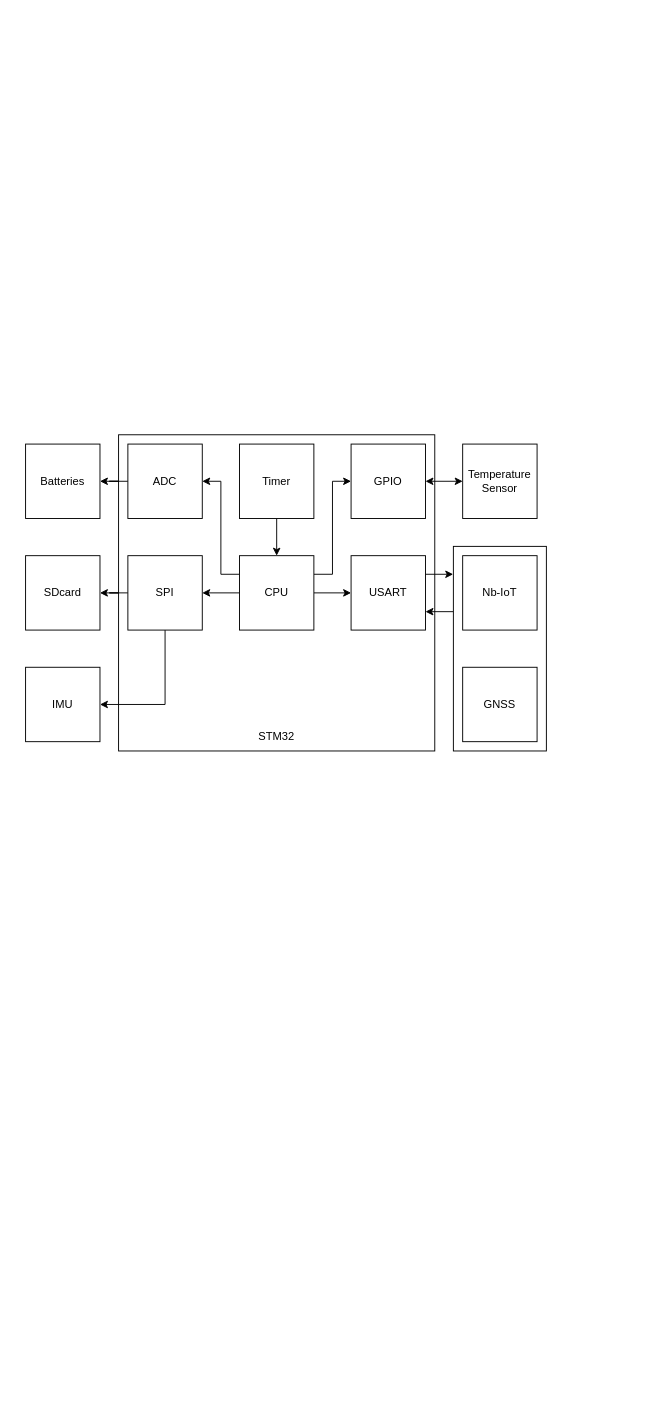
The draw.io diagram report/images/diagrams/block_diagram/block_diagram.drawio in viniciuscacarvalho/5S, before the edit. Source tidied: cells renumbered, new cells numbered last; positions are measured from the earlier drawing's top-left corner, leaving out a move shared by most shapes. Both pictures are drawn from the tidied source at 93%, with x=0, y=0 at pixel (25, 434).
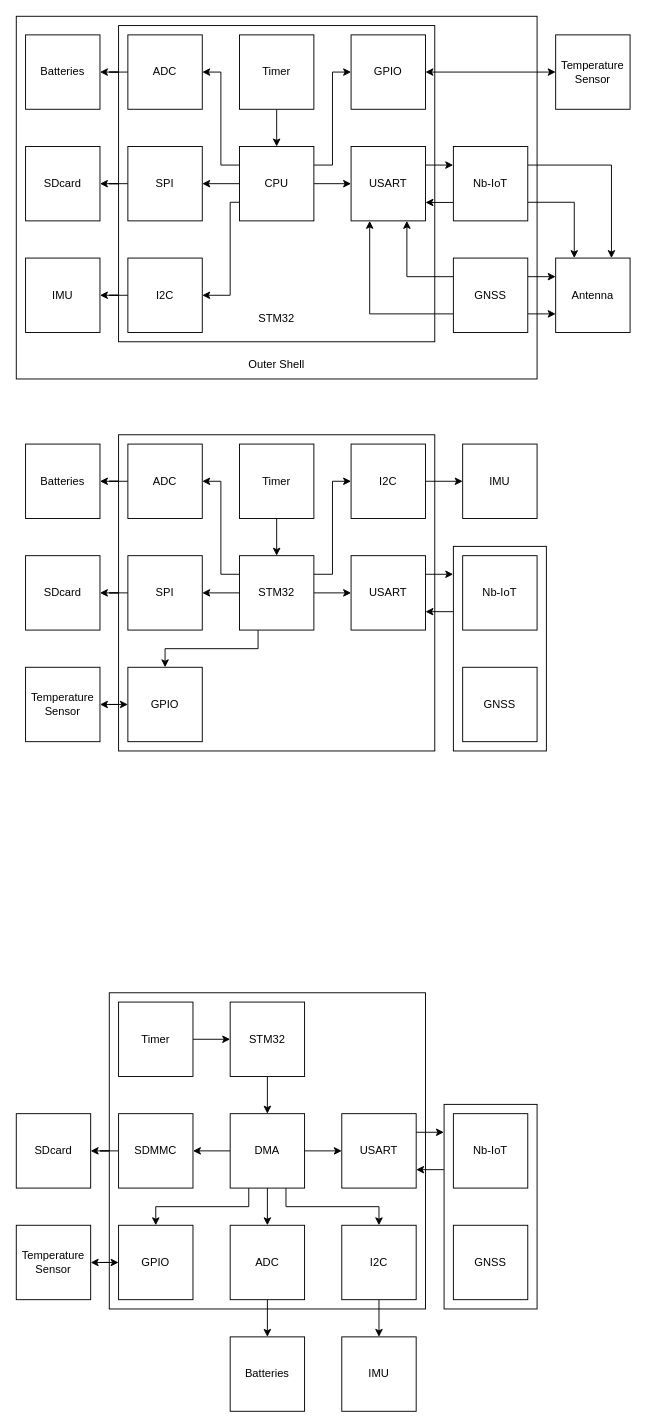
The same diagram, later.

The change refers to these unchanged cells:
```xml
<mxCell id="15" value="SPI" style="whiteSpace=wrap;html=1;" parent="1" vertex="1">
  <mxGeometry x="110" y="130" width="80" height="80" as="geometry" />
</mxCell>
```

Diff of the diagram source:
```diff
@@
-    <mxCell id="7" style="edgeStyle=orthogonalEdgeStyle;rounded=0;jettySize=auto;html=1;entryX=0;entryY=0.5;entryDx=0;entryDy=0;exitX=1;exitY=0.25;exitDx=0;exitDy=0;" parent="1" edge="1" source="8" target="19">
+    <mxCell id="7" style="edgeStyle=orthogonalEdgeStyle;rounded=0;jettySize=auto;html=1;entryX=0.5;entryY=0;entryDx=0;entryDy=0;exitX=0.25;exitY=1;exitDx=0;exitDy=0;" parent="1" edge="1" source="8" target="19">
       <mxGeometry relative="1" as="geometry">
         <Array as="points">
-          <mxPoint x="330" y="150" />
-          <mxPoint x="330" y="50" />
+          <mxPoint x="250" y="230" />
+          <mxPoint x="150" y="230" />
         </Array>
       </mxGeometry>
     </mxCell>
+    <mxCell id="28" style="edgeStyle=orthogonalEdgeStyle;rounded=0;jettySize=auto;html=1;exitX=1;exitY=0.25;exitDx=0;exitDy=0;entryX=0;entryY=0.5;entryDx=0;entryDy=0;" parent="1" edge="1" source="8" target="30">
+      <mxGeometry relative="1" as="geometry" />
+    </mxCell>
-    <mxCell id="8" value="CPU" style="whiteSpace=wrap;html=1;" parent="1" vertex="1">
+    <mxCell id="8" value="STM32" style="whiteSpace=wrap;html=1;" parent="1" vertex="1">
       <mxGeometry x="230" y="130" width="80" height="80" as="geometry" />
     </mxCell>
@@
-    <mxCell id="14" style="edgeStyle=orthogonalEdgeStyle;rounded=0;jettySize=auto;html=1;exitX=0.5;exitY=1;exitDx=0;exitDy=0;entryX=1;entryY=0.5;entryDx=0;entryDy=0;" parent="1" edge="1" source="15" target="23">
-      <mxGeometry relative="1" as="geometry">
-        <Array as="points">
-          <mxPoint x="150" y="290" />
-        </Array>
-      </mxGeometry>
-    </mxCell>
@@
-    <mxCell id="18" style="edgeStyle=orthogonalEdgeStyle;rounded=0;jettySize=auto;html=1;entryX=0;entryY=0.5;entryDx=0;entryDy=0;startArrow=classic;startFill=1;" parent="1" edge="1" source="19" target="21">
+    <mxCell id="18" style="edgeStyle=orthogonalEdgeStyle;rounded=0;jettySize=auto;html=1;entryX=1;entryY=0.5;entryDx=0;entryDy=0;startArrow=classic;startFill=1;" parent="1" edge="1" source="19" target="21">
       <mxGeometry relative="1" as="geometry" />
     </mxCell>
     <mxCell id="19" value="GPIO" style="whiteSpace=wrap;html=1;" parent="1" vertex="1">
-      <mxGeometry x="350" y="10" width="80" height="80" as="geometry" />
+      <mxGeometry x="110" y="250" width="80" height="80" as="geometry" />
     </mxCell>
@@
     <mxCell id="21" value="Temperature Sensor" style="whiteSpace=wrap;html=1;" parent="1" vertex="1">
-      <mxGeometry x="470" y="10" width="80" height="80" as="geometry" />
+      <mxGeometry y="250" width="80" height="80" as="geometry" />
     </mxCell>
@@
+    <mxCell id="29" style="edgeStyle=orthogonalEdgeStyle;rounded=0;jettySize=auto;html=1;entryX=0;entryY=0.5;entryDx=0;entryDy=0;" parent="1" edge="1" source="30" target="23">
+      <mxGeometry relative="1" as="geometry" />
+    </mxCell>
+    <mxCell id="30" value="I2C" style="whiteSpace=wrap;html=1;" parent="1" vertex="1">
+      <mxGeometry x="350" y="10" width="80" height="80" as="geometry" />
+    </mxCell>
     <mxCell id="23" value="IMU" style="whiteSpace=wrap;html=1;" parent="1" vertex="1">
-      <mxGeometry y="250" width="80" height="80" as="geometry" />
+      <mxGeometry x="470" y="10" width="80" height="80" as="geometry" />
     </mxCell>
+    <mxCell id="31" style="rounded=0;whiteSpace=wrap;html=1;" parent="1" vertex="1">
+      <mxGeometry x="90" y="600" width="340" height="340" as="geometry" />
+    </mxCell>
+    <mxCell id="32" style="edgeStyle=orthogonalEdgeStyle;rounded=0;jettySize=auto;html=1;exitX=0.5;exitY=1;exitDx=0;exitDy=0;entryX=0.5;entryY=0;entryDx=0;entryDy=0;" parent="1" edge="1" source="37" target="39">
+      <mxGeometry relative="1" as="geometry" />
+    </mxCell>
+    <mxCell id="33" style="edgeStyle=orthogonalEdgeStyle;rounded=0;jettySize=auto;html=1;exitX=1;exitY=0.5;exitDx=0;exitDy=0;entryX=0;entryY=0.5;entryDx=0;entryDy=0;" parent="1" edge="1" source="37" target="41">
+      <mxGeometry relative="1" as="geometry" />
+    </mxCell>
+    <mxCell id="34" style="edgeStyle=orthogonalEdgeStyle;rounded=0;jettySize=auto;html=1;exitX=0;exitY=0.5;exitDx=0;exitDy=0;entryX=1;entryY=0.5;entryDx=0;entryDy=0;" parent="1" edge="1" source="37" target="43">
+      <mxGeometry relative="1" as="geometry">
+        <Array as="points">
+          <mxPoint x="220" y="770" />
+          <mxPoint x="220" y="770" />
+        </Array>
+      </mxGeometry>
+    </mxCell>
+    <mxCell id="35" style="edgeStyle=orthogonalEdgeStyle;rounded=0;jettySize=auto;html=1;entryX=0.5;entryY=0;entryDx=0;entryDy=0;exitX=0.25;exitY=1;exitDx=0;exitDy=0;" parent="1" edge="1" source="37" target="47">
+      <mxGeometry relative="1" as="geometry">
+        <Array as="points">
+          <mxPoint x="240" y="830" />
+          <mxPoint x="140" y="830" />
+        </Array>
+      </mxGeometry>
+    </mxCell>
+    <mxCell id="36" style="edgeStyle=orthogonalEdgeStyle;rounded=0;jettySize=auto;html=1;exitX=0.75;exitY=1;exitDx=0;exitDy=0;entryX=0.5;entryY=0;entryDx=0;entryDy=0;" parent="1" edge="1" source="37" target="54">
+      <mxGeometry relative="1" as="geometry" />
+    </mxCell>
+    <mxCell id="37" value="DMA" style="whiteSpace=wrap;html=1;" parent="1" vertex="1">
+      <mxGeometry x="220" y="730" width="80" height="80" as="geometry" />
+    </mxCell>
+    <mxCell id="38" style="edgeStyle=orthogonalEdgeStyle;rounded=0;jettySize=auto;html=1;entryX=0.5;entryY=0;entryDx=0;entryDy=0;" parent="1" edge="1" source="39" target="45">
+      <mxGeometry relative="1" as="geometry" />
+    </mxCell>
+    <mxCell id="39" value="ADC" style="whiteSpace=wrap;html=1;" parent="1" vertex="1">
+      <mxGeometry x="220" y="850" width="80" height="80" as="geometry" />
+    </mxCell>
+    <mxCell id="40" style="edgeStyle=orthogonalEdgeStyle;rounded=0;jettySize=auto;html=1;entryX=0.319;entryY=1.002;entryDx=0;entryDy=0;entryPerimeter=0;startArrow=classic;startFill=1;endArrow=none;" parent="1" edge="1" source="41" target="48">
+      <mxGeometry relative="1" as="geometry">
+        <Array as="points">
+          <mxPoint x="450" y="790" />
+        </Array>
+      </mxGeometry>
+    </mxCell>
+    <mxCell id="41" value="USART" style="whiteSpace=wrap;html=1;" parent="1" vertex="1">
+      <mxGeometry x="340" y="730" width="80" height="80" as="geometry" />
+    </mxCell>
+    <mxCell id="42" style="edgeStyle=orthogonalEdgeStyle;rounded=0;jettySize=auto;html=1;entryX=1;entryY=0.5;entryDx=0;entryDy=0;" parent="1" edge="1" source="43" target="44">
+      <mxGeometry relative="1" as="geometry" />
+    </mxCell>
+    <mxCell id="43" value="SDMMC" style="whiteSpace=wrap;html=1;" parent="1" vertex="1">
+      <mxGeometry x="100" y="730" width="80" height="80" as="geometry" />
+    </mxCell>
+    <mxCell id="44" value="SDcard" style="whiteSpace=wrap;html=1;" parent="1" vertex="1">
+      <mxGeometry x="-10" y="730" width="80" height="80" as="geometry" />
+    </mxCell>
+    <mxCell id="45" value="Batteries" style="whiteSpace=wrap;html=1;" parent="1" vertex="1">
+      <mxGeometry x="220" y="970" width="80" height="80" as="geometry" />
+    </mxCell>
+    <mxCell id="46" style="edgeStyle=orthogonalEdgeStyle;rounded=0;jettySize=auto;html=1;entryX=1;entryY=0.5;entryDx=0;entryDy=0;startArrow=classic;startFill=1;" parent="1" edge="1" source="47" target="51">
+      <mxGeometry relative="1" as="geometry" />
+    </mxCell>
+    <mxCell id="47" value="GPIO" style="whiteSpace=wrap;html=1;" parent="1" vertex="1">
+      <mxGeometry x="100" y="850" width="80" height="80" as="geometry" />
+    </mxCell>
+    <mxCell id="48" style="rounded=0;whiteSpace=wrap;html=1;fontStyle=4;rotation=90;" parent="1" vertex="1">
+      <mxGeometry x="390" y="780" width="220" height="100" as="geometry" />
+    </mxCell>
+    <mxCell id="49" value="Nb-IoT" style="whiteSpace=wrap;html=1;" parent="1" vertex="1">
+      <mxGeometry x="460" y="730" width="80" height="80" as="geometry" />
+    </mxCell>
+    <mxCell id="50" value="GNSS" style="whiteSpace=wrap;html=1;" parent="1" vertex="1">
+      <mxGeometry x="460" y="850" width="80" height="80" as="geometry" />
+    </mxCell>
+    <mxCell id="51" value="Temperature Sensor" style="whiteSpace=wrap;html=1;" parent="1" vertex="1">
+      <mxGeometry x="-10" y="850" width="80" height="80" as="geometry" />
+    </mxCell>
+    <mxCell id="52" style="edgeStyle=orthogonalEdgeStyle;rounded=0;jettySize=auto;html=1;entryX=0.135;entryY=1.002;entryDx=0;entryDy=0;entryPerimeter=0;exitX=1;exitY=0.25;exitDx=0;exitDy=0;" parent="1" edge="1" source="41" target="48">
+      <mxGeometry relative="1" as="geometry" />
+    </mxCell>
+    <mxCell id="53" style="edgeStyle=orthogonalEdgeStyle;rounded=0;jettySize=auto;html=1;entryX=0.5;entryY=0;entryDx=0;entryDy=0;" parent="1" edge="1" source="54" target="55">
+      <mxGeometry relative="1" as="geometry" />
+    </mxCell>
+    <mxCell id="54" value="I2C" style="whiteSpace=wrap;html=1;" parent="1" vertex="1">
+      <mxGeometry x="340" y="850" width="80" height="80" as="geometry" />
+    </mxCell>
+    <mxCell id="55" value="IMU" style="whiteSpace=wrap;html=1;" parent="1" vertex="1">
+      <mxGeometry x="340" y="970" width="80" height="80" as="geometry" />
+    </mxCell>
+    <mxCell id="56" style="edgeStyle=orthogonalEdgeStyle;rounded=0;jettySize=auto;html=1;entryX=0.5;entryY=0;entryDx=0;entryDy=0;" parent="1" edge="1" source="57" target="37">
+      <mxGeometry relative="1" as="geometry" />
+    </mxCell>
+    <mxCell id="57" value="STM32" style="whiteSpace=wrap;html=1;" parent="1" vertex="1">
+      <mxGeometry x="220" y="610" width="80" height="80" as="geometry" />
+    </mxCell>
@@
+    <mxCell id="58" style="edgeStyle=orthogonalEdgeStyle;rounded=0;jettySize=auto;html=1;entryX=0;entryY=0.5;entryDx=0;entryDy=0;" parent="1" edge="1" source="59" target="57">
+      <mxGeometry relative="1" as="geometry" />
+    </mxCell>
+    <mxCell id="59" value="Timer" style="whiteSpace=wrap;html=1;" parent="1" vertex="1">
+      <mxGeometry x="100" y="610" width="80" height="80" as="geometry" />
+    </mxCell>
@@
+    <mxCell id="60" style="rounded=0;whiteSpace=wrap;html=1;" parent="1" vertex="1">
+      <mxGeometry x="-10" y="-450" width="560" height="390" as="geometry" />
+    </mxCell>
+    <mxCell id="61" style="rounded=0;whiteSpace=wrap;html=1;" parent="1" vertex="1">
+      <mxGeometry x="100" y="-440" width="340" height="340" as="geometry" />
+    </mxCell>
+    <mxCell id="62" style="edgeStyle=orthogonalEdgeStyle;rounded=0;jettySize=auto;html=1;exitX=0;exitY=0.25;exitDx=0;exitDy=0;entryX=1;entryY=0.5;entryDx=0;entryDy=0;" parent="1" edge="1" source="67" target="69">
+      <mxGeometry relative="1" as="geometry">
+        <Array as="points">
+          <mxPoint x="210" y="-290" />
+          <mxPoint x="210" y="-390" />
+        </Array>
+      </mxGeometry>
+    </mxCell>
+    <mxCell id="63" style="edgeStyle=orthogonalEdgeStyle;rounded=0;jettySize=auto;html=1;exitX=1;exitY=0.5;exitDx=0;exitDy=0;entryX=0;entryY=0.5;entryDx=0;entryDy=0;" parent="1" edge="1" source="67" target="71">
+      <mxGeometry relative="1" as="geometry" />
+    </mxCell>
+    <mxCell id="64" style="edgeStyle=orthogonalEdgeStyle;rounded=0;jettySize=auto;html=1;exitX=0;exitY=0.5;exitDx=0;exitDy=0;entryX=1;entryY=0.5;entryDx=0;entryDy=0;" parent="1" edge="1" source="67" target="73">
+      <mxGeometry relative="1" as="geometry">
+        <Array as="points">
+          <mxPoint x="230" y="-270" />
+          <mxPoint x="230" y="-270" />
+        </Array>
+      </mxGeometry>
+    </mxCell>
+    <mxCell id="65" style="edgeStyle=orthogonalEdgeStyle;rounded=0;jettySize=auto;html=1;entryX=0;entryY=0.5;entryDx=0;entryDy=0;exitX=1;exitY=0.25;exitDx=0;exitDy=0;" parent="1" edge="1" source="67" target="77">
+      <mxGeometry relative="1" as="geometry">
+        <Array as="points">
+          <mxPoint x="330" y="-290" />
+          <mxPoint x="330" y="-390" />
+        </Array>
+      </mxGeometry>
+    </mxCell>
+    <mxCell id="66" style="edgeStyle=orthogonalEdgeStyle;rounded=0;jettySize=auto;html=1;exitX=0;exitY=0.75;exitDx=0;exitDy=0;entryX=1;entryY=0.5;entryDx=0;entryDy=0;" parent="1" edge="1" source="67" target="86">
+      <mxGeometry relative="1" as="geometry">
+        <Array as="points">
+          <mxPoint x="220" y="-250" />
+          <mxPoint x="220" y="-150" />
+        </Array>
+      </mxGeometry>
+    </mxCell>
+    <mxCell id="67" value="CPU" style="whiteSpace=wrap;html=1;" parent="1" vertex="1">
+      <mxGeometry x="230" y="-310" width="80" height="80" as="geometry" />
+    </mxCell>
+    <mxCell id="68" style="edgeStyle=orthogonalEdgeStyle;rounded=0;jettySize=auto;html=1;entryX=1;entryY=0.5;entryDx=0;entryDy=0;" parent="1" edge="1" source="69" target="75">
+      <mxGeometry relative="1" as="geometry" />
+    </mxCell>
+    <mxCell id="69" value="ADC" style="whiteSpace=wrap;html=1;" parent="1" vertex="1">
+      <mxGeometry x="110" y="-430" width="80" height="80" as="geometry" />
+    </mxCell>
+    <mxCell id="70" style="edgeStyle=orthogonalEdgeStyle;rounded=0;jettySize=auto;html=1;entryX=0.319;entryY=1.002;entryDx=0;entryDy=0;entryPerimeter=0;startArrow=classic;startFill=1;endArrow=none;" parent="1" edge="1" source="71">
+      <mxGeometry relative="1" as="geometry">
+        <mxPoint x="459.8" y="-249.8" as="targetPoint" />
+        <Array as="points">
+          <mxPoint x="460" y="-250" />
+        </Array>
+      </mxGeometry>
+    </mxCell>
+    <mxCell id="71" value="USART" style="whiteSpace=wrap;html=1;" parent="1" vertex="1">
+      <mxGeometry x="350" y="-310" width="80" height="80" as="geometry" />
+    </mxCell>
+    <mxCell id="72" style="edgeStyle=orthogonalEdgeStyle;rounded=0;jettySize=auto;html=1;entryX=1;entryY=0.5;entryDx=0;entryDy=0;" parent="1" edge="1" source="73" target="74">
+      <mxGeometry relative="1" as="geometry" />
+    </mxCell>
+    <mxCell id="73" value="SPI" style="whiteSpace=wrap;html=1;" parent="1" vertex="1">
+      <mxGeometry x="110" y="-310" width="80" height="80" as="geometry" />
+    </mxCell>
+    <mxCell id="74" value="SDcard" style="whiteSpace=wrap;html=1;" parent="1" vertex="1">
+      <mxGeometry y="-310" width="80" height="80" as="geometry" />
+    </mxCell>
+    <mxCell id="75" value="Batteries" style="whiteSpace=wrap;html=1;" parent="1" vertex="1">
+      <mxGeometry y="-430" width="80" height="80" as="geometry" />
+    </mxCell>
+    <mxCell id="76" style="edgeStyle=orthogonalEdgeStyle;rounded=0;jettySize=auto;html=1;entryX=0;entryY=0.5;entryDx=0;entryDy=0;startArrow=classic;startFill=1;" parent="1" edge="1" source="77" target="83">
+      <mxGeometry relative="1" as="geometry" />
+    </mxCell>
+    <mxCell id="77" value="GPIO" style="whiteSpace=wrap;html=1;" parent="1" vertex="1">
+      <mxGeometry x="350" y="-430" width="80" height="80" as="geometry" />
+    </mxCell>
+    <mxCell id="78" style="edgeStyle=orthogonalEdgeStyle;rounded=0;jettySize=auto;html=1;exitX=0;exitY=0.25;exitDx=0;exitDy=0;entryX=0.75;entryY=1;entryDx=0;entryDy=0;" parent="1" edge="1" source="82" target="71">
+      <mxGeometry relative="1" as="geometry" />
+    </mxCell>
+    <mxCell id="79" style="edgeStyle=orthogonalEdgeStyle;rounded=0;jettySize=auto;html=1;exitX=0;exitY=0.75;exitDx=0;exitDy=0;entryX=0.25;entryY=1;entryDx=0;entryDy=0;" parent="1" edge="1" source="82" target="71">
+      <mxGeometry relative="1" as="geometry" />
+    </mxCell>
+    <mxCell id="80" style="edgeStyle=orthogonalEdgeStyle;rounded=0;jettySize=auto;html=1;exitX=1;exitY=0.25;exitDx=0;exitDy=0;entryX=0;entryY=0.25;entryDx=0;entryDy=0;" parent="1" edge="1" source="82" target="93">
+      <mxGeometry relative="1" as="geometry" />
+    </mxCell>
+    <mxCell id="81" style="edgeStyle=orthogonalEdgeStyle;rounded=0;jettySize=auto;html=1;exitX=1;exitY=0.75;exitDx=0;exitDy=0;entryX=0;entryY=0.75;entryDx=0;entryDy=0;" parent="1" edge="1" source="82" target="93">
+      <mxGeometry relative="1" as="geometry" />
+    </mxCell>
+    <mxCell id="82" value="GNSS" style="whiteSpace=wrap;html=1;" parent="1" vertex="1">
+      <mxGeometry x="460" y="-190" width="80" height="80" as="geometry" />
+    </mxCell>
+    <mxCell id="83" value="Temperature Sensor" style="whiteSpace=wrap;html=1;" parent="1" vertex="1">
+      <mxGeometry x="570" y="-430" width="80" height="80" as="geometry" />
+    </mxCell>
+    <mxCell id="84" style="edgeStyle=orthogonalEdgeStyle;rounded=0;jettySize=auto;html=1;entryX=0.135;entryY=1.002;entryDx=0;entryDy=0;entryPerimeter=0;exitX=1;exitY=0.25;exitDx=0;exitDy=0;" parent="1" edge="1" source="71">
+      <mxGeometry relative="1" as="geometry">
+        <mxPoint x="459.8" y="-290.3" as="targetPoint" />
+      </mxGeometry>
+    </mxCell>
+    <mxCell id="85" style="edgeStyle=orthogonalEdgeStyle;rounded=0;jettySize=auto;html=1;entryX=1;entryY=0.5;entryDx=0;entryDy=0;" parent="1" edge="1" source="86" target="87">
+      <mxGeometry relative="1" as="geometry" />
+    </mxCell>
+    <mxCell id="86" value="I2C" style="whiteSpace=wrap;html=1;" parent="1" vertex="1">
+      <mxGeometry x="110" y="-190" width="80" height="80" as="geometry" />
+    </mxCell>
+    <mxCell id="87" value="IMU" style="whiteSpace=wrap;html=1;" parent="1" vertex="1">
+      <mxGeometry y="-190" width="80" height="80" as="geometry" />
+    </mxCell>
+    <mxCell id="88" style="edgeStyle=orthogonalEdgeStyle;rounded=0;jettySize=auto;html=1;entryX=0.5;entryY=0;entryDx=0;entryDy=0;" parent="1" edge="1" source="89" target="67">
+      <mxGeometry relative="1" as="geometry" />
+    </mxCell>
+    <mxCell id="89" value="Timer" style="whiteSpace=wrap;html=1;" parent="1" vertex="1">
+      <mxGeometry x="230" y="-430" width="80" height="80" as="geometry" />
+    </mxCell>
+    <mxCell id="90" style="edgeStyle=orthogonalEdgeStyle;rounded=0;jettySize=auto;html=1;exitX=1;exitY=0.75;exitDx=0;exitDy=0;entryX=0.25;entryY=0;entryDx=0;entryDy=0;" parent="1" edge="1" source="92" target="93">
+      <mxGeometry relative="1" as="geometry" />
+    </mxCell>
+    <mxCell id="91" style="edgeStyle=orthogonalEdgeStyle;rounded=0;jettySize=auto;html=1;exitX=1;exitY=0.25;exitDx=0;exitDy=0;entryX=0.75;entryY=0;entryDx=0;entryDy=0;" parent="1" edge="1" source="92" target="93">
+      <mxGeometry relative="1" as="geometry" />
+    </mxCell>
+    <mxCell id="92" value="Nb-IoT" style="whiteSpace=wrap;html=1;" parent="1" vertex="1">
+      <mxGeometry x="460" y="-310" width="80" height="80" as="geometry" />
+    </mxCell>
     <mxCell id="27" value="STM32" style="text;html=1;align=center;verticalAlign=middle;whiteSpace=wrap;rounded=0;" parent="1" vertex="1">
-      <mxGeometry x="240" y="310" width="60" height="30" as="geometry" />
+      <mxGeometry x="240" y="-140" width="60" height="30" as="geometry" />
     </mxCell>
+    <mxCell id="93" value="Antenna" style="whiteSpace=wrap;html=1;" parent="1" vertex="1">
+      <mxGeometry x="570" y="-190" width="80" height="80" as="geometry" />
+    </mxCell>
+    <mxCell id="94" value="Outer Shell" style="text;html=1;align=center;verticalAlign=middle;whiteSpace=wrap;rounded=0;" parent="1" vertex="1">
+      <mxGeometry x="230" y="-90" width="80" height="30" as="geometry" />
+    </mxCell>
```
